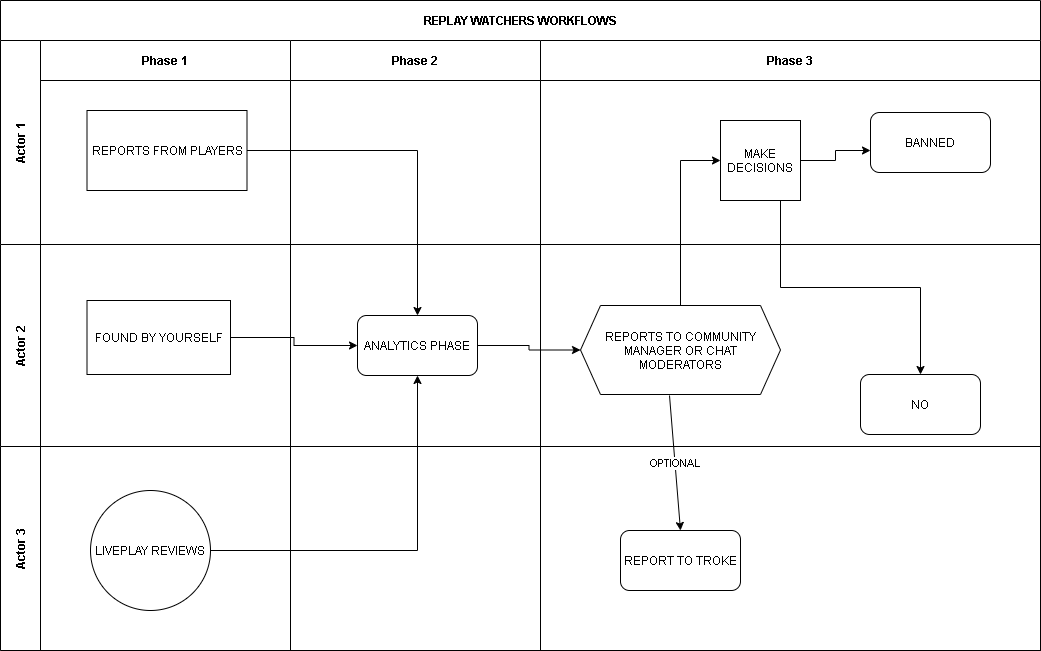
This is replaywatchers.png from troke12/mikrotik, a draw.io export, as it was before one commit. Source tidied: cells renumbered, new cells last; positions are measured from the earlier drawing's top-left corner, leaving out a move shared by most shapes.
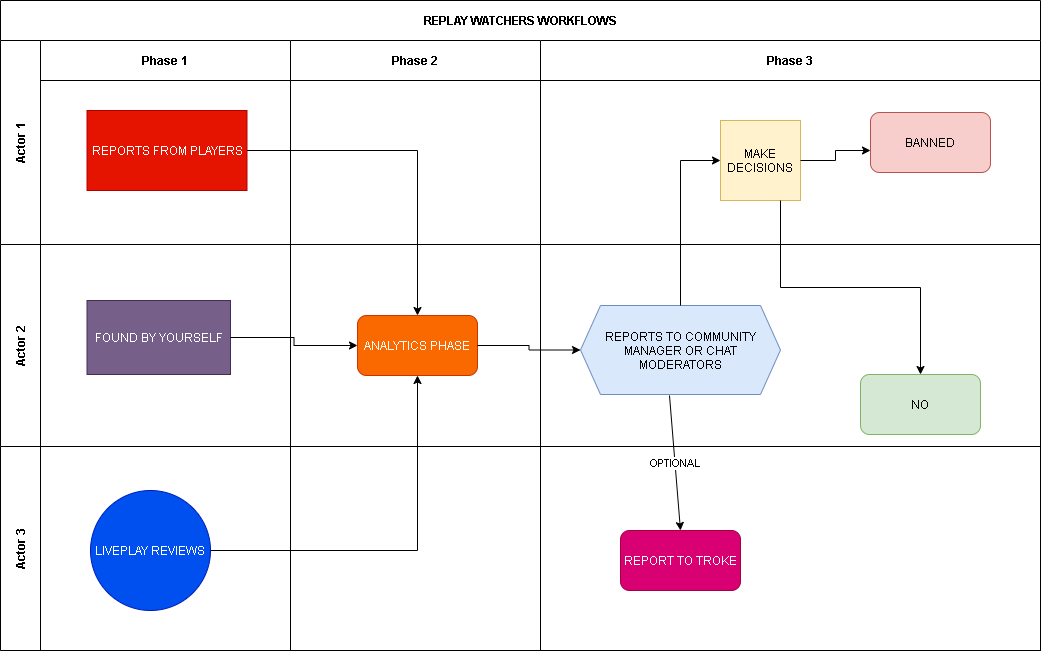
The same diagram one commit later.

What changed in the source:
```diff
@@ -11,7 +11,7 @@
     <mxCell id="4" value="Phase 1" style="swimlane;startSize=40;html=1;whiteSpace=wrap;" parent="3" vertex="1">
       <mxGeometry x="40" width="250" height="204" as="geometry" />
     </mxCell>
-    <mxCell id="5" value="REPORTS FROM PLAYERS" style="rounded=0;whiteSpace=wrap;html=1;" parent="4" vertex="1">
+    <mxCell id="5" value="REPORTS FROM PLAYERS" style="rounded=0;whiteSpace=wrap;html=1;fillColor=#e51400;strokeColor=#B20000;fontColor=#ffffff;" parent="4" vertex="1">
       <mxGeometry x="46.5" y="70" width="160" height="80" as="geometry" />
     </mxCell>
     <mxCell id="6" value="Phase 2" style="swimlane;startSize=40;html=1;whiteSpace=wrap;" parent="3" vertex="1">
@@ -23,10 +23,10 @@
     <mxCell id="8" value="Phase 3" style="swimlane;startSize=40;html=1;whiteSpace=wrap;swimlaneLine=1;rounded=0;perimeterSpacing=1;strokeWidth=1;glass=0;shadow=0;sketch=0;labelBorderColor=none;" parent="7" vertex="1">
       <mxGeometry width="500" height="204" as="geometry" />
     </mxCell>
-    <mxCell id="9" value="BANNED" style="rounded=1;whiteSpace=wrap;html=1;shadow=0;glass=0;sketch=0;strokeColor=#000000;strokeWidth=1;" parent="8" vertex="1">
+    <mxCell id="9" value="BANNED" style="rounded=1;whiteSpace=wrap;html=1;shadow=0;glass=0;sketch=0;strokeColor=#b85450;strokeWidth=1;fillColor=#f8cecc;" parent="8" vertex="1">
       <mxGeometry x="330" y="72" width="120" height="60" as="geometry" />
     </mxCell>
-    <mxCell id="10" value="MAKE DECISIONS" style="whiteSpace=wrap;html=1;rounded=0;shadow=0;glass=0;sketch=0;strokeColor=#000000;strokeWidth=1;" parent="8" vertex="1">
+    <mxCell id="10" value="MAKE DECISIONS" style="whiteSpace=wrap;html=1;rounded=0;shadow=0;glass=0;sketch=0;strokeColor=#d6b656;strokeWidth=1;fillColor=#fff2cc;" parent="8" vertex="1">
       <mxGeometry x="180" y="80" width="80" height="80" as="geometry" />
     </mxCell>
     <mxCell id="11" value="Actor 2" style="swimlane;horizontal=0;startSize=40;html=1;whiteSpace=wrap;" parent="2" vertex="1">
@@ -35,22 +35,22 @@
     <mxCell id="12" style="swimlane;startSize=0;html=1;whiteSpace=wrap;" parent="11" vertex="1">
       <mxGeometry x="40" width="250" height="202" as="geometry" />
     </mxCell>
-    <mxCell id="13" value="FOUND BY YOURSELF" style="rounded=0;whiteSpace=wrap;html=1;" parent="12" vertex="1">
+    <mxCell id="13" value="FOUND BY YOURSELF" style="rounded=0;whiteSpace=wrap;html=1;fillColor=#76608a;strokeColor=#432D57;fontColor=#ffffff;" parent="12" vertex="1">
       <mxGeometry x="46.5" y="56" width="143.5" height="74" as="geometry" />
     </mxCell>
     <mxCell id="14" style="swimlane;startSize=0;html=1;whiteSpace=wrap;" parent="11" vertex="1">
       <mxGeometry x="290" width="250" height="202" as="geometry" />
     </mxCell>
-    <mxCell id="15" value="ANALYTICS PHASE" style="rounded=1;whiteSpace=wrap;html=1;" parent="14" vertex="1">
+    <mxCell id="15" value="ANALYTICS PHASE" style="rounded=1;whiteSpace=wrap;html=1;fillColor=#fa6800;strokeColor=#C73500;fontColor=#ffffff;" parent="14" vertex="1">
       <mxGeometry x="67" y="71" width="120" height="60" as="geometry" />
     </mxCell>
     <mxCell id="16" style="swimlane;startSize=0;html=1;whiteSpace=wrap;" parent="11" vertex="1">
       <mxGeometry x="540" width="500" height="202" as="geometry" />
     </mxCell>
-    <mxCell id="17" value="REPORTS TO COMMUNITY MANAGER OR CHAT MODERATORS" style="shape=hexagon;perimeter=hexagonPerimeter2;whiteSpace=wrap;html=1;fixedSize=1;" parent="16" vertex="1">
+    <mxCell id="17" value="REPORTS TO COMMUNITY MANAGER OR CHAT MODERATORS" style="shape=hexagon;perimeter=hexagonPerimeter2;whiteSpace=wrap;html=1;fixedSize=1;fillColor=#dae8fc;strokeColor=#6c8ebf;" parent="16" vertex="1">
       <mxGeometry x="40" y="61" width="200" height="89" as="geometry" />
     </mxCell>
-    <mxCell id="18" value="NO" style="rounded=1;whiteSpace=wrap;html=1;shadow=0;glass=0;sketch=0;strokeColor=#000000;strokeWidth=1;" parent="16" vertex="1">
+    <mxCell id="18" value="NO" style="rounded=1;whiteSpace=wrap;html=1;shadow=0;glass=0;sketch=0;strokeColor=#82b366;strokeWidth=1;fillColor=#d5e8d4;" parent="16" vertex="1">
       <mxGeometry x="320" y="130" width="120" height="60" as="geometry" />
     </mxCell>
     <mxCell id="19" style="swimlane;startSize=0;html=1;whiteSpace=wrap;" parent="11" vertex="1">
@@ -68,7 +68,7 @@
     <mxCell id="23" style="swimlane;startSize=0;html=1;whiteSpace=wrap;" parent="22" vertex="1">
       <mxGeometry x="40" width="250" height="204" as="geometry" />
     </mxCell>
-    <mxCell id="24" value="LIVEPLAY REVIEWS" style="ellipse;whiteSpace=wrap;html=1;" parent="23" vertex="1">
+    <mxCell id="24" value="LIVEPLAY REVIEWS" style="ellipse;whiteSpace=wrap;html=1;fillColor=#0050ef;strokeColor=#001DBC;fontColor=#ffffff;" parent="23" vertex="1">
       <mxGeometry x="50" y="44" width="120" height="120" as="geometry" />
     </mxCell>
     <mxCell id="25" style="swimlane;startSize=0;html=1;whiteSpace=wrap;" parent="22" vertex="1">
@@ -77,7 +77,7 @@
     <mxCell id="26" style="swimlane;startSize=0;html=1;whiteSpace=wrap;" parent="22" vertex="1">
       <mxGeometry x="540" width="500" height="204" as="geometry" />
     </mxCell>
-    <mxCell id="27" value="REPORT TO TROKE" style="rounded=1;whiteSpace=wrap;html=1;shadow=0;glass=0;sketch=0;strokeColor=#000000;strokeWidth=1;" parent="26" vertex="1">
+    <mxCell id="27" value="REPORT TO TROKE" style="rounded=1;whiteSpace=wrap;html=1;shadow=0;glass=0;sketch=0;strokeColor=#A50040;strokeWidth=1;fillColor=#d80073;fontColor=#ffffff;" parent="26" vertex="1">
       <mxGeometry x="80" y="84" width="120" height="60" as="geometry" />
     </mxCell>
     <mxCell id="28" style="swimlane;startSize=0;html=1;whiteSpace=wrap;" parent="22" vertex="1">
```
